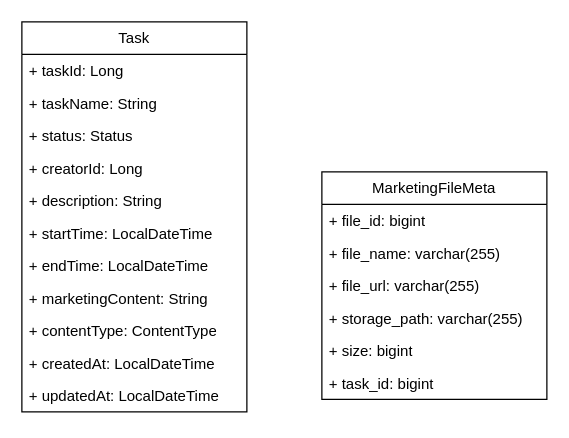
Before: GH大作业.drawio in weyg0/Diagrams, a draw.io diagram. Source tidied: cells renumbered, new cells numbered last; positions are measured from the earlier drawing's top-left corner, leaving out a move shared by most shapes. Both pictures are drawn from the tidied source at 125%, with x=0, y=0 at pixel (21, 21).
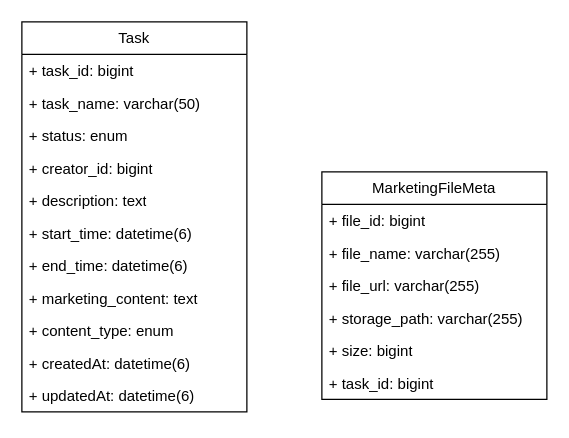
The same diagram, later.

Commit message (it also covers changes not shown here):
更新GH大作业.drawio

The change refers to these unchanged cells:
```xml
<mxCell id="2" value="Task" style="swimlane;fontStyle=0;horizontal=1;startSize=26;fillColor=none;whiteSpace=wrap;html=1;" parent="1" vertex="1">
  <mxGeometry width="180" height="312" as="geometry" />
</mxCell>
```

Diff of the diagram source:
```diff
@@
-    <mxCell id="3" value="+ taskId: Long" style="text;strokeColor=none;fillColor=none;align=left;verticalAlign=top;spacingLeft=4;spacingRight=4;overflow=hidden;whiteSpace=wrap;html=1;" parent="2" vertex="1">
+    <mxCell id="3" value="+ task_id: bigint" style="text;strokeColor=none;fillColor=none;align=left;verticalAlign=top;spacingLeft=4;spacingRight=4;overflow=hidden;whiteSpace=wrap;html=1;" parent="2" vertex="1">
       <mxGeometry y="26" width="180" height="26" as="geometry" />
     </mxCell>
-    <mxCell id="4" value="+ taskName: String" style="text;strokeColor=none;fillColor=none;align=left;verticalAlign=top;spacingLeft=4;spacingRight=4;overflow=hidden;whiteSpace=wrap;html=1;" parent="2" vertex="1">
+    <mxCell id="4" value="+ task_name: varchar(50)" style="text;strokeColor=none;fillColor=none;align=left;verticalAlign=top;spacingLeft=4;spacingRight=4;overflow=hidden;whiteSpace=wrap;html=1;" parent="2" vertex="1">
       <mxGeometry y="52" width="180" height="26" as="geometry" />
     </mxCell>
-    <mxCell id="5" value="+ status: Status" style="text;strokeColor=none;fillColor=none;align=left;verticalAlign=top;spacingLeft=4;spacingRight=4;overflow=hidden;whiteSpace=wrap;html=1;" parent="2" vertex="1">
+    <mxCell id="5" value="+ status: enum" style="text;strokeColor=none;fillColor=none;align=left;verticalAlign=top;spacingLeft=4;spacingRight=4;overflow=hidden;whiteSpace=wrap;html=1;" parent="2" vertex="1">
       <mxGeometry y="78" width="180" height="26" as="geometry" />
     </mxCell>
-    <mxCell id="6" value="+ creatorId: Long" style="text;strokeColor=none;fillColor=none;align=left;verticalAlign=top;spacingLeft=4;spacingRight=4;overflow=hidden;whiteSpace=wrap;html=1;" parent="2" vertex="1">
+    <mxCell id="6" value="+ creator_id: bigint" style="text;strokeColor=none;fillColor=none;align=left;verticalAlign=top;spacingLeft=4;spacingRight=4;overflow=hidden;whiteSpace=wrap;html=1;" parent="2" vertex="1">
       <mxGeometry y="104" width="180" height="26" as="geometry" />
     </mxCell>
-    <mxCell id="7" value="+ description: String" style="text;strokeColor=none;fillColor=none;align=left;verticalAlign=top;spacingLeft=4;spacingRight=4;overflow=hidden;whiteSpace=wrap;html=1;" parent="2" vertex="1">
+    <mxCell id="7" value="+ description: text" style="text;strokeColor=none;fillColor=none;align=left;verticalAlign=top;spacingLeft=4;spacingRight=4;overflow=hidden;whiteSpace=wrap;html=1;" parent="2" vertex="1">
       <mxGeometry y="130" width="180" height="26" as="geometry" />
     </mxCell>
-    <mxCell id="8" value="+ startTime: LocalDateTime" style="text;strokeColor=none;fillColor=none;align=left;verticalAlign=top;spacingLeft=4;spacingRight=4;overflow=hidden;whiteSpace=wrap;html=1;" parent="2" vertex="1">
+    <mxCell id="8" value="+ start_time: datetime(6)" style="text;strokeColor=none;fillColor=none;align=left;verticalAlign=top;spacingLeft=4;spacingRight=4;overflow=hidden;whiteSpace=wrap;html=1;" parent="2" vertex="1">
       <mxGeometry y="156" width="180" height="26" as="geometry" />
     </mxCell>
-    <mxCell id="9" value="+ endTime: LocalDateTime" style="text;strokeColor=none;fillColor=none;align=left;verticalAlign=top;spacingLeft=4;spacingRight=4;overflow=hidden;whiteSpace=wrap;html=1;" parent="2" vertex="1">
+    <mxCell id="9" value="+ end_time: datetime(6)" style="text;strokeColor=none;fillColor=none;align=left;verticalAlign=top;spacingLeft=4;spacingRight=4;overflow=hidden;whiteSpace=wrap;html=1;" parent="2" vertex="1">
       <mxGeometry y="182" width="180" height="26" as="geometry" />
     </mxCell>
-    <mxCell id="10" value="+ marketingContent: String" style="text;strokeColor=none;fillColor=none;align=left;verticalAlign=top;spacingLeft=4;spacingRight=4;overflow=hidden;whiteSpace=wrap;html=1;" parent="2" vertex="1">
+    <mxCell id="10" value="+ marketing_content: text" style="text;strokeColor=none;fillColor=none;align=left;verticalAlign=top;spacingLeft=4;spacingRight=4;overflow=hidden;whiteSpace=wrap;html=1;" parent="2" vertex="1">
       <mxGeometry y="208" width="180" height="26" as="geometry" />
     </mxCell>
-    <mxCell id="11" value="+ contentType: ContentType" style="text;strokeColor=none;fillColor=none;align=left;verticalAlign=top;spacingLeft=4;spacingRight=4;overflow=hidden;whiteSpace=wrap;html=1;" parent="2" vertex="1">
+    <mxCell id="11" value="+ content_type: enum" style="text;strokeColor=none;fillColor=none;align=left;verticalAlign=top;spacingLeft=4;spacingRight=4;overflow=hidden;whiteSpace=wrap;html=1;" parent="2" vertex="1">
       <mxGeometry y="234" width="180" height="26" as="geometry" />
     </mxCell>
-    <mxCell id="12" value="+ createdAt: LocalDateTime" style="text;strokeColor=none;fillColor=none;align=left;verticalAlign=top;spacingLeft=4;spacingRight=4;overflow=hidden;whiteSpace=wrap;html=1;" parent="2" vertex="1">
+    <mxCell id="12" value="+ createdAt: datetime(6)" style="text;strokeColor=none;fillColor=none;align=left;verticalAlign=top;spacingLeft=4;spacingRight=4;overflow=hidden;whiteSpace=wrap;html=1;" parent="2" vertex="1">
       <mxGeometry y="260" width="180" height="26" as="geometry" />
     </mxCell>
-    <mxCell id="13" value="+ updatedAt: LocalDateTime" style="text;strokeColor=none;fillColor=none;align=left;verticalAlign=top;spacingLeft=4;spacingRight=4;overflow=hidden;whiteSpace=wrap;html=1;" parent="2" vertex="1">
+    <mxCell id="13" value="+ updatedAt: datetime(6)" style="text;strokeColor=none;fillColor=none;align=left;verticalAlign=top;spacingLeft=4;spacingRight=4;overflow=hidden;whiteSpace=wrap;html=1;" parent="2" vertex="1">
       <mxGeometry y="286" width="180" height="26" as="geometry" />
     </mxCell>
```
